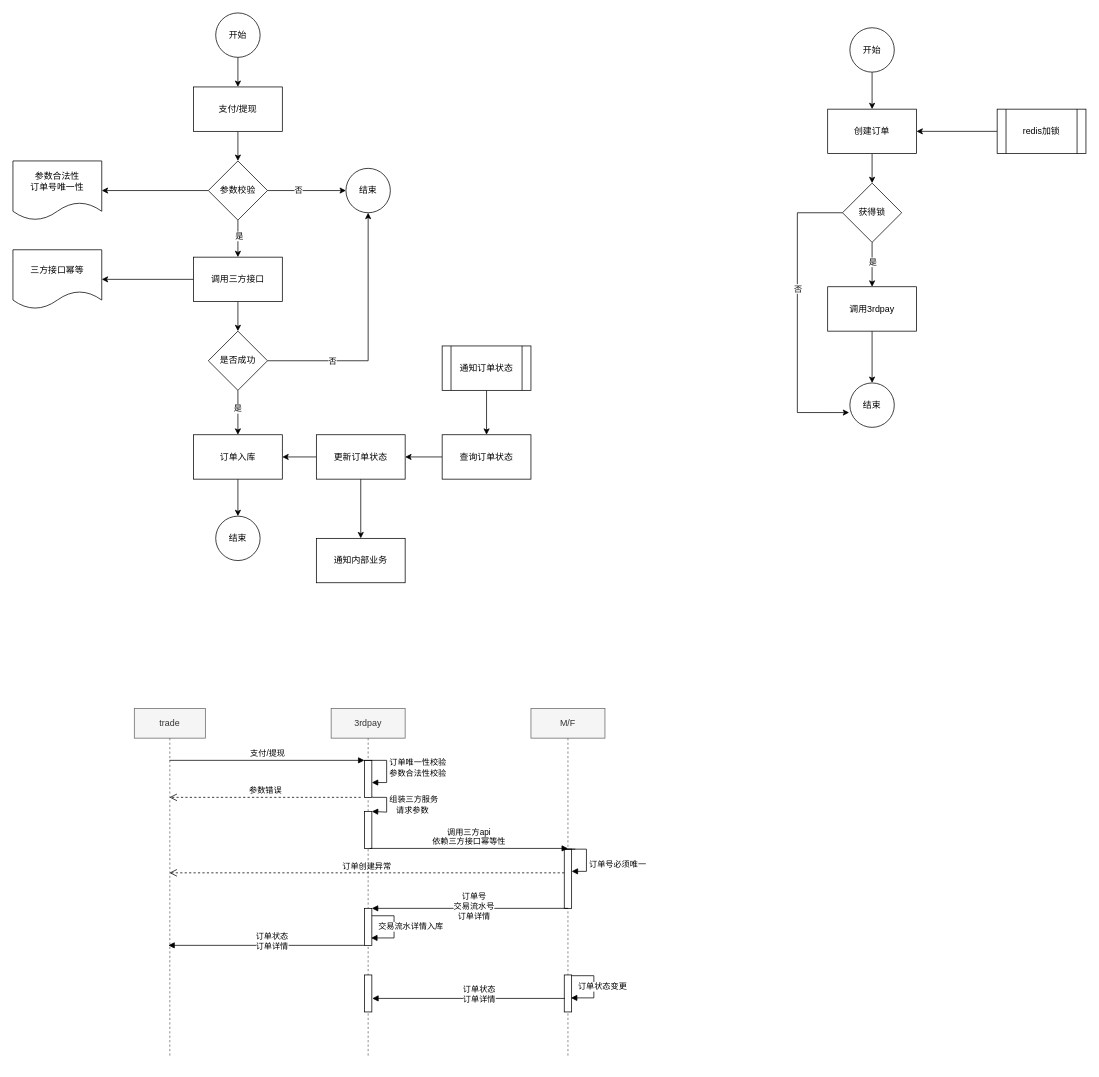
jarcn/pic keeps this draw.io diagram as page "支付/提现接口幂等方案" (4 of 4) of 支付流程.drawio. Above is the earlier version. Source tidied: cells renumbered, new cells numbered last; positions are measured from the earlier drawing's top-left corner, leaving out a move shared by most shapes. Both pictures are drawn from the tidied source at 74%, with x=0, y=0 at pixel (13, 13).
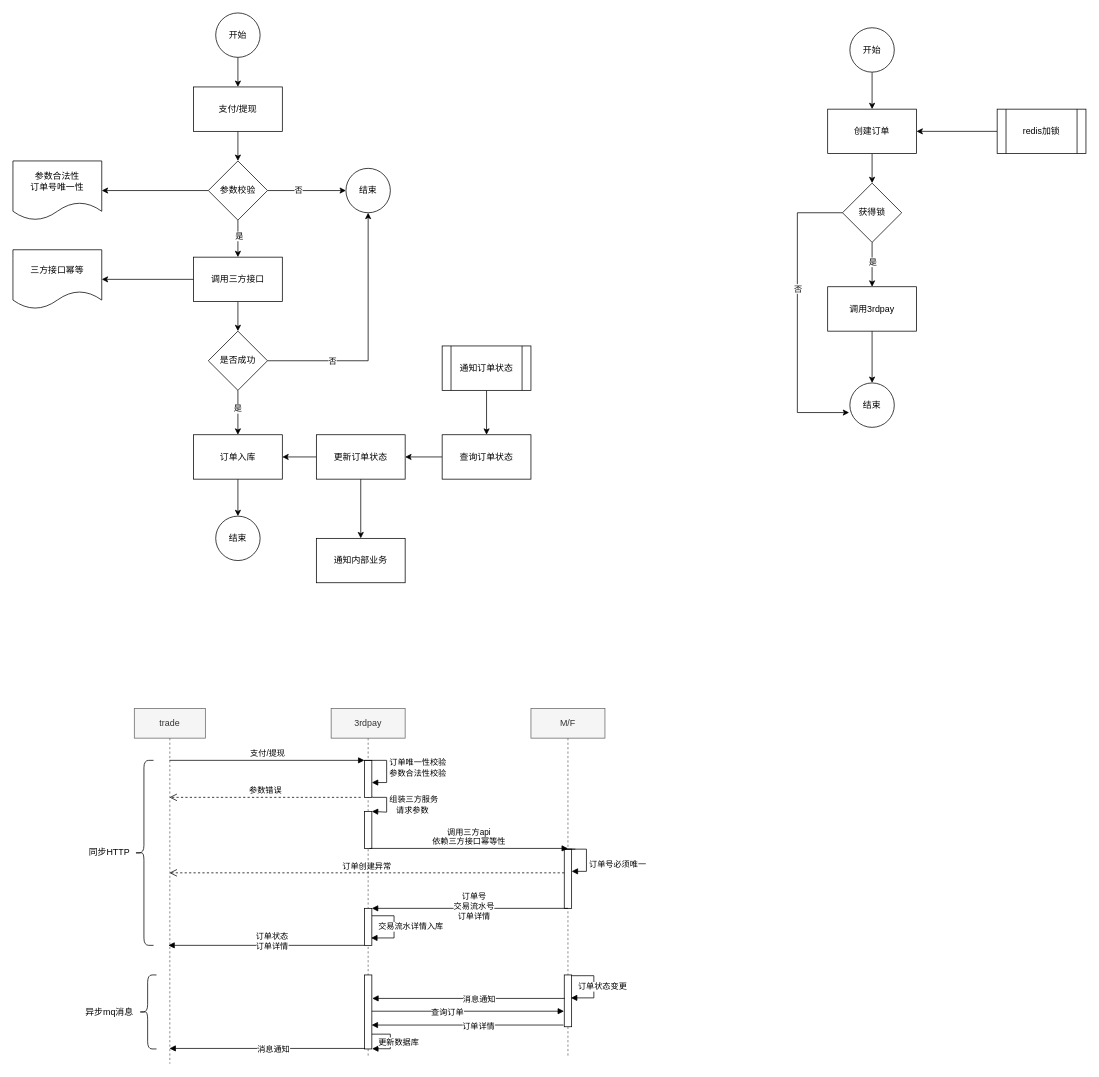
Above is the later version.

Unchanged cells that the change refers to:
```xml
<mxCell id="50" value="3rdpay" style="shape=umlLifeline;perimeter=lifelinePerimeter;whiteSpace=wrap;html=1;fillColor=#f5f5f5;fontColor=#333333;strokeColor=#666666;" parent="1" vertex="1">
  <mxGeometry x="430" y="940" width="100" height="470" as="geometry" />
</mxCell>
<mxCell id="58" value="M/F" style="shape=umlLifeline;perimeter=lifelinePerimeter;whiteSpace=wrap;html=1;fillColor=#f5f5f5;fontColor=#333333;strokeColor=#666666;" parent="1" vertex="1">
  <mxGeometry x="700" y="940" width="100" height="470" as="geometry" />
</mxCell>
```

Diff of the diagram source:
```diff
@@
     <mxCell id="48" value="trade" style="shape=umlLifeline;perimeter=lifelinePerimeter;whiteSpace=wrap;html=1;outlineConnect=0;fillColor=#f5f5f5;strokeColor=#666666;fontColor=#333333;" parent="1" vertex="1">
-      <mxGeometry x="164" y="940" width="96" height="470" as="geometry" />
+      <mxGeometry x="164" y="940" width="96" height="480" as="geometry" />
     </mxCell>
@@
+    <mxCell id="69" style="shape=curlyBracket;whiteSpace=wrap;html=1;rounded=1;gradientColor=none;" parent="48" vertex="1">
+      <mxGeometry x="6" y="360" width="24" height="100" as="geometry" />
+    </mxCell>
@@
     <mxCell id="57" style="html=1;points=[];perimeter=orthogonalPerimeter;" parent="50" vertex="1">
-      <mxGeometry x="45" y="360" width="10" height="50" as="geometry" />
+      <mxGeometry x="45" y="360" width="10" height="100" as="geometry" />
     </mxCell>
+    <mxCell id="70" style="edgeStyle=orthogonalEdgeStyle;html=1;align=left;spacingLeft=2;endArrow=block;rounded=0;entryX=1.033;entryY=0.997;entryDx=0;entryDy=0;entryPerimeter=0;" parent="50" edge="1" target="57">
+      <mxGeometry x="0.87" y="-15" relative="1" as="geometry">
+        <mxPoint x="55" y="440" as="sourcePoint" />
+        <Array as="points">
+          <mxPoint x="80" y="440" />
+          <mxPoint x="80" y="460" />
+        </Array>
+      </mxGeometry>
+    </mxCell>
+    <mxCell id="71" value="更新数据库" style="edgeLabel;html=1;align=center;verticalAlign=middle;" parent="70" vertex="1">
+      <mxGeometry relative="1" as="geometry">
+        <mxPoint x="10" as="offset" />
+      </mxGeometry>
+    </mxCell>
@@
     <mxCell id="61" style="html=1;points=[];perimeter=orthogonalPerimeter;" parent="58" vertex="1">
-      <mxGeometry x="45" y="360" width="10" height="50" as="geometry" />
+      <mxGeometry x="45" y="360" width="10" height="70" as="geometry" />
     </mxCell>
@@
-    <mxCell id="68" value="&lt;div&gt;订单状态&lt;/div&gt;&lt;div&gt;订单详情&lt;br&gt;&lt;/div&gt;" style="html=1;verticalAlign=bottom;endArrow=block;rounded=0;entryX=1.049;entryY=0.594;entryDx=0;entryDy=0;entryPerimeter=0;exitX=0.074;exitY=0.594;exitDx=0;exitDy=0;exitPerimeter=0;" parent="1" edge="1">
+    <mxCell id="68" value="消息通知" style="html=1;verticalAlign=bottom;endArrow=block;rounded=0;entryX=1.049;entryY=0.594;entryDx=0;entryDy=0;entryPerimeter=0;exitX=0.074;exitY=0.594;exitDx=0;exitDy=0;exitPerimeter=0;" parent="1" edge="1">
       <mxGeometry x="-0.11" y="10" relative="1" as="geometry">
         <mxPoint x="745.7" y="1331.7" as="sourcePoint" />
         <mxPoint x="485.5" y="1331.7" as="targetPoint" />
       </mxGeometry>
     </mxCell>
+    <mxCell id="72" style="html=1;verticalAlign=bottom;endArrow=block;rounded=0;exitX=1;exitY=0.714;exitDx=0;exitDy=0;exitPerimeter=0;entryX=-0.033;entryY=0.714;entryDx=0;entryDy=0;entryPerimeter=0;" parent="1" edge="1">
+      <mxGeometry relative="1" as="geometry">
+        <mxPoint x="485" y="1349" as="sourcePoint" />
+        <mxPoint x="744.7" y="1349" as="targetPoint" />
+      </mxGeometry>
+    </mxCell>
+    <mxCell id="73" value="查询订单" style="edgeLabel;html=1;align=center;verticalAlign=middle;" parent="72" vertex="1">
+      <mxGeometry x="-0.22" y="-1" relative="1" as="geometry" />
+    </mxCell>
+    <mxCell id="74" value="订单详情" style="html=1;verticalAlign=bottom;endArrow=block;rounded=0;entryX=0.967;entryY=0.677;entryDx=0;entryDy=0;entryPerimeter=0;exitX=-0.1;exitY=0.967;exitDx=0;exitDy=0;exitPerimeter=0;" parent="1" edge="1" source="61" target="57">
+      <mxGeometry x="-0.11" y="10" relative="1" as="geometry" />
+    </mxCell>
+    <mxCell id="75" value="消息通知" style="html=1;verticalAlign=bottom;endArrow=block;rounded=0;exitX=0.067;exitY=0.993;exitDx=0;exitDy=0;exitPerimeter=0;" parent="1" edge="1" source="57" target="48">
+      <mxGeometry x="-0.06" y="10" relative="1" as="geometry" />
+    </mxCell>
+    <mxCell id="76" style="shape=curlyBracket;whiteSpace=wrap;html=1;rounded=1;gradientColor=none;" parent="1" vertex="1">
+      <mxGeometry x="164" y="1010" width="26" height="250" as="geometry" />
+    </mxCell>
+    <mxCell id="77" value="同步HTTP" style="text;html=1;align=center;verticalAlign=middle;strokeColor=none;fillColor=none;" parent="1" vertex="1">
+      <mxGeometry x="95" y="1125" width="70" height="20" as="geometry" />
+    </mxCell>
+    <mxCell id="78" value="异步mq消息" style="text;html=1;align=center;verticalAlign=middle;strokeColor=none;fillColor=none;" parent="1" vertex="1">
+      <mxGeometry x="90" y="1340" width="80" height="20" as="geometry" />
+    </mxCell>
```
